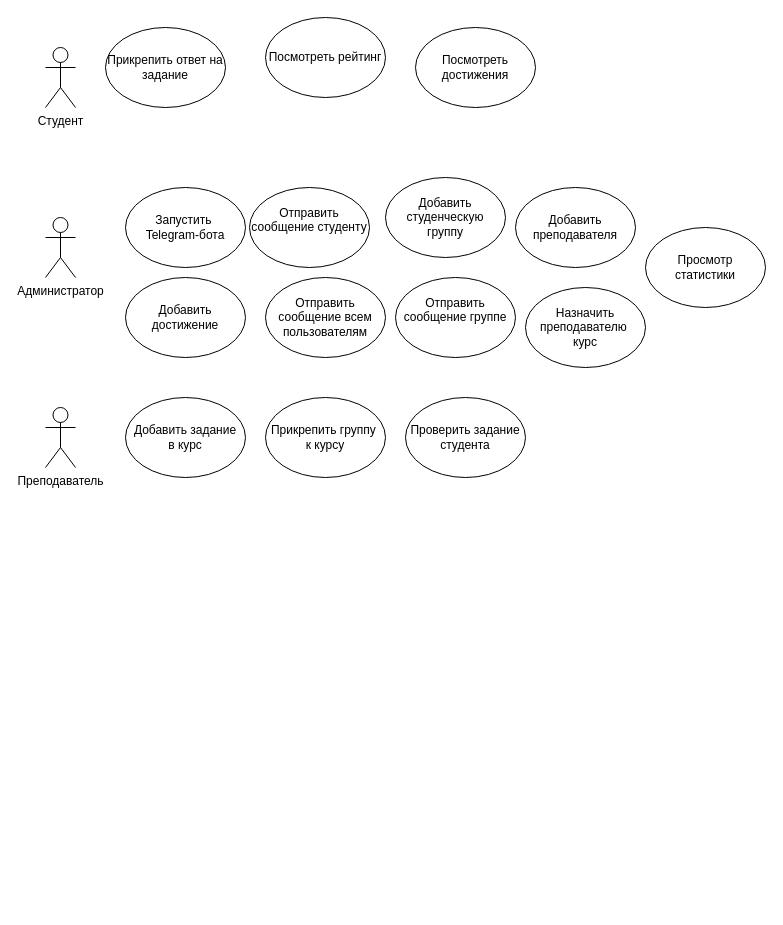
Before: Документация/ДиаграммыUML.drawio in LerkaIssy/Plyusik, a draw.io diagram. Source tidied: cells renumbered, new cells numbered last; positions are measured from the earlier drawing's top-left corner, leaving out a move shared by most shapes. Both pictures are drawn from the tidied source at 100%, with x=0, y=0 at pixel (45, 17).
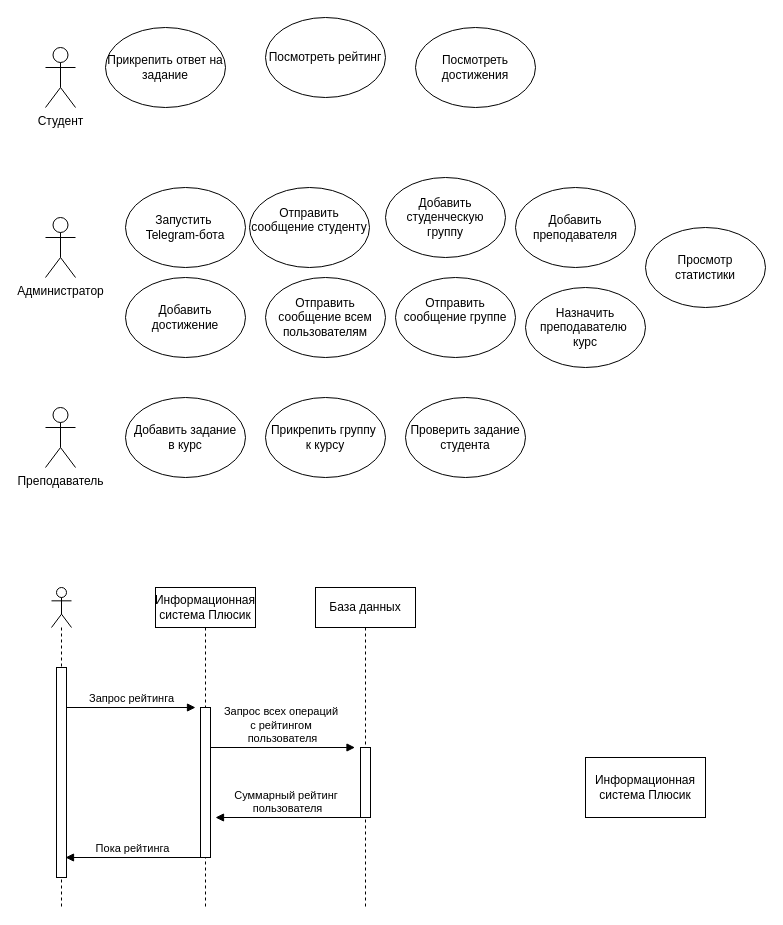
After the change.

Commit message:
Промежуточная диаграмма последовательности

What changed in the source:
```diff
@@
+    <mxCell id="20" style="shape=umlLifeline;perimeter=lifelinePerimeter;whiteSpace=wrap;html=1;newEdgeStyle={&quot;curved&quot;:0,&quot;rounded&quot;:0};participant=umlActor;" parent="1" vertex="1">
+      <mxGeometry x="6" y="570" width="20" height="320" as="geometry" />
+    </mxCell>
@@
+    <mxCell id="21" value="Информационная система Плюсик" style="rounded=0;whiteSpace=wrap;html=1;" parent="1" vertex="1">
+      <mxGeometry x="540" y="740" width="120" height="60" as="geometry" />
+    </mxCell>
+    <mxCell id="22" style="html=1;perimeter=orthogonalPerimeter;targetShapes=umlLifeline;newEdgeStyle={&quot;curved&quot;:0,&quot;rounded&quot;:0};" parent="1" vertex="1">
+      <mxGeometry x="11" y="650" width="10" height="210" as="geometry" />
+    </mxCell>
+    <mxCell id="23" value="Запрос рейтинга" style="html=1;verticalAlign=bottom;endArrow=block;curved=0;rounded=0;" parent="1" edge="1">
+      <mxGeometry relative="1" as="geometry">
+        <mxPoint x="21" y="690" as="sourcePoint" />
+        <mxPoint x="150" y="690" as="targetPoint" />
+      </mxGeometry>
+    </mxCell>
+    <mxCell id="24" value="Информационная система Плюсик" style="shape=umlLifeline;perimeter=lifelinePerimeter;whiteSpace=wrap;html=1;newEdgeStyle={&quot;curved&quot;:0,&quot;rounded&quot;:0};" parent="1" vertex="1">
+      <mxGeometry x="110" y="570" width="100" height="320" as="geometry" />
+    </mxCell>
+    <mxCell id="25" style="html=1;points=[[0,0,0,0,5],[0,1,0,0,-5],[1,0,0,0,5],[1,1,0,0,-5]];perimeter=orthogonalPerimeter;outlineConnect=0;targetShapes=umlLifeline;portConstraint=eastwest;newEdgeStyle={&quot;curved&quot;:0,&quot;rounded&quot;:0};" parent="1" vertex="1">
+      <mxGeometry x="155" y="690" width="10" height="150" as="geometry" />
+    </mxCell>
+    <mxCell id="26" value="База данных" style="shape=umlLifeline;perimeter=lifelinePerimeter;whiteSpace=wrap;html=1;newEdgeStyle={&quot;curved&quot;:0,&quot;rounded&quot;:0};" parent="1" vertex="1">
+      <mxGeometry x="270" y="570" width="100" height="320" as="geometry" />
+    </mxCell>
+    <mxCell id="27" style="html=1;points=[[0,0,0,0,5],[0,1,0,0,-5],[1,0,0,0,5],[1,1,0,0,-5]];perimeter=orthogonalPerimeter;outlineConnect=0;targetShapes=umlLifeline;portConstraint=eastwest;newEdgeStyle={&quot;curved&quot;:0,&quot;rounded&quot;:0};" parent="26" vertex="1">
+      <mxGeometry x="45" y="160" width="10" height="70" as="geometry" />
+    </mxCell>
+    <mxCell id="28" value="&lt;span&gt;Запрос всех операций&amp;nbsp;&lt;/span&gt;&lt;div&gt;&lt;span&gt;с рейтингом&amp;nbsp;&lt;/span&gt;&lt;/div&gt;&lt;div&gt;&lt;span&gt;пользователя&lt;/span&gt;&lt;/div&gt;" style="html=1;verticalAlign=bottom;endArrow=block;curved=0;rounded=0;" parent="1" edge="1" source="25">
+      <mxGeometry relative="1" as="geometry">
+        <mxPoint x="309.5" y="730" as="targetPoint" />
+      </mxGeometry>
+    </mxCell>
+    <mxCell id="29" value="Суммарный рейтинг&amp;nbsp;&lt;div&gt;пользователя&lt;/div&gt;" style="html=1;verticalAlign=bottom;endArrow=block;curved=0;rounded=0;" parent="1" edge="1" source="27">
+      <mxGeometry relative="1" as="geometry">
+        <mxPoint x="170" y="800" as="targetPoint" />
+      </mxGeometry>
+    </mxCell>
+    <mxCell id="30" value="Пока рейтинга" style="html=1;verticalAlign=bottom;endArrow=block;curved=0;rounded=0;" parent="1" edge="1" source="25">
+      <mxGeometry relative="1" as="geometry">
+        <mxPoint x="20" y="840" as="targetPoint" />
+      </mxGeometry>
+    </mxCell>
```
